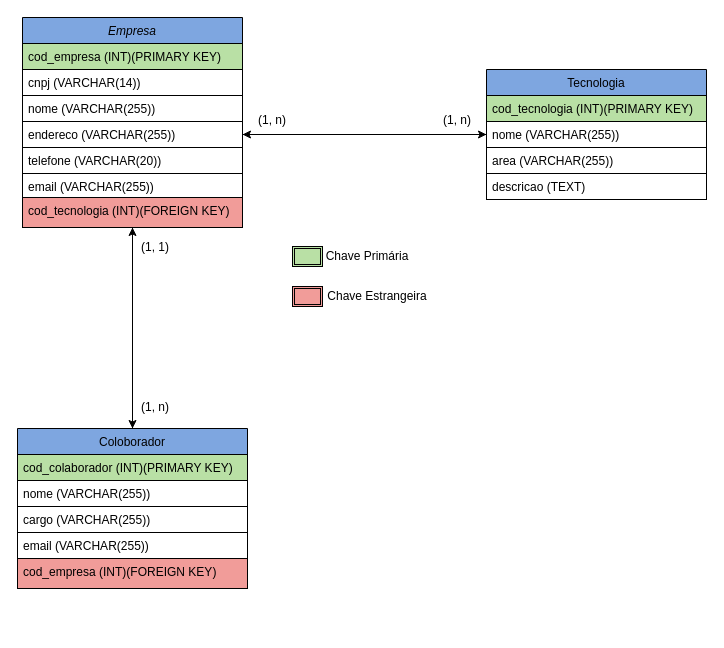
The draw.io diagram Modelo Lógico.drawio in Juevan/Projeto_Individual_M2_CNSEG, before the edit. Source tidied: cells renumbered, new cells numbered last; positions are measured from the earlier drawing's top-left corner, leaving out a move shared by most shapes. Both pictures are drawn from the tidied source at 100%, with x=0, y=0 at pixel (17, 17).
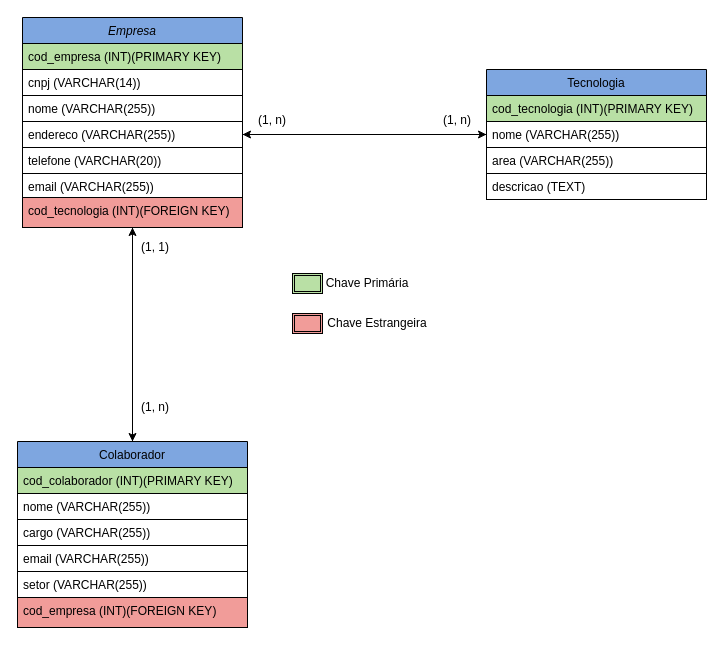
The same page after the edit.

Commit message (it also covers changes not shown here):
Correção no modelo Lógico, adição do exemplo de registros do banco

What changed in the source:
```diff
@@
-    <mxCell id="12" value="Coloborador" style="swimlane;fontStyle=0;align=center;verticalAlign=top;horizontal=1;startSize=26;rounded=0;shadow=0;strokeWidth=1;fillColor=#7EA6E0;" parent="1" vertex="1">
-      <mxGeometry y="411" width="230" height="160" as="geometry" />
+    <mxCell id="12" value="Colaborador" style="swimlane;fontStyle=0;align=center;verticalAlign=top;horizontal=1;startSize=26;rounded=0;shadow=0;strokeWidth=1;fillColor=#7EA6E0;" parent="1" vertex="1">
+      <mxGeometry y="424" width="230" height="186" as="geometry" />
     </mxCell>
@@
+    <mxCell id="34" value="setor (VARCHAR(255))" style="text;align=left;verticalAlign=top;spacingLeft=4;spacingRight=4;overflow=hidden;fontStyle=0;strokeColor=default;" parent="12" vertex="1">
+      <mxGeometry y="130" width="230" height="26" as="geometry" />
+    </mxCell>
     <mxCell id="17" value="cod_empresa (INT)(FOREIGN KEY)" style="text;align=left;verticalAlign=top;spacingLeft=4;spacingRight=4;overflow=hidden;strokeColor=default;textShadow=0;labelBackgroundColor=#F19C99;whiteSpace=wrap;fillColor=#F19C99;" parent="12" vertex="1">
-      <mxGeometry y="130" width="230" height="30" as="geometry" />
+      <mxGeometry y="156" width="230" height="30" as="geometry" />
     </mxCell>
@@
     <mxCell id="27" style="shape=ext;double=1;rounded=0;whiteSpace=wrap;html=1;fontColor=#B9E0A5;labelBackgroundColor=#B9E0A5;labelBorderColor=#B9E0A5;fillColor=#B9E0A5;" parent="1" vertex="1">
-      <mxGeometry x="275" y="229" width="30" height="20" as="geometry" />
+      <mxGeometry x="275" y="256" width="30" height="20" as="geometry" />
     </mxCell>
     <mxCell id="28" style="shape=ext;double=1;rounded=0;whiteSpace=wrap;html=1;fontColor=#B9E0A5;labelBackgroundColor=#B9E0A5;labelBorderColor=#B9E0A5;fillColor=#F19C99;" parent="1" vertex="1">
-      <mxGeometry x="275" y="269" width="30" height="20" as="geometry" />
+      <mxGeometry x="275" y="296" width="30" height="20" as="geometry" />
     </mxCell>
     <mxCell id="29" value="Chave Primária" style="text;html=1;align=center;verticalAlign=middle;whiteSpace=wrap;rounded=0;" parent="1" vertex="1">
-      <mxGeometry x="305" y="229" width="90" height="20" as="geometry" />
+      <mxGeometry x="305" y="256" width="90" height="20" as="geometry" />
     </mxCell>
     <mxCell id="30" value="Chave Estrangeira" style="text;html=1;align=center;verticalAlign=middle;whiteSpace=wrap;rounded=0;" parent="1" vertex="1">
-      <mxGeometry x="305" y="269" width="110" height="20" as="geometry" />
+      <mxGeometry x="305" y="296" width="110" height="20" as="geometry" />
     </mxCell>
```
